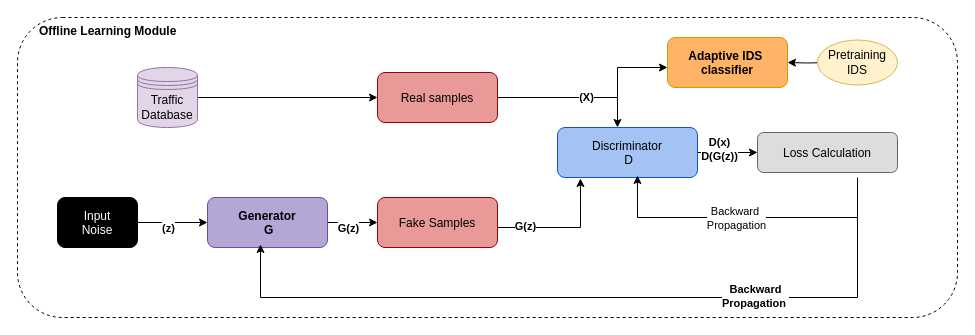
elgenio123/diagrams keeps this draw.io diagram as page "IDS + CTGAN Architecture" (1 of 3) of overall_architecture.drawio. Above is the earlier version. Source tidied: cells renumbered, new cells numbered last; positions are measured from the earlier drawing's top-left corner, leaving out a move shared by most shapes. Both pictures are drawn from the tidied source at 100%, with x=0, y=0 at pixel (17, 17).
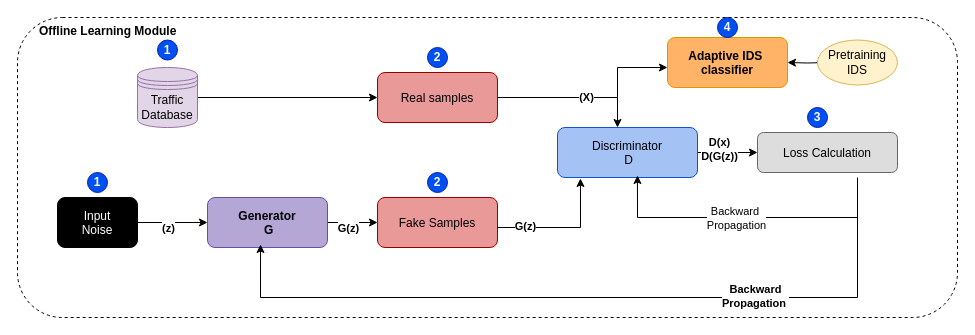
After the change.

The edit, as a diff of the source:
```diff
@@
+    <mxCell id="31" value="&lt;b&gt;1&lt;/b&gt;" style="ellipse;whiteSpace=wrap;html=1;fillColor=#0050ef;fontColor=#ffffff;strokeColor=#001DBC;" parent="1" vertex="1">
+      <mxGeometry x="70" y="155" width="20" height="20" as="geometry" />
+    </mxCell>
+    <mxCell id="32" value="&lt;b&gt;1&lt;/b&gt;" style="ellipse;whiteSpace=wrap;html=1;fillColor=#0050ef;fontColor=#ffffff;strokeColor=#001DBC;" parent="1" vertex="1">
+      <mxGeometry x="140" y="22.5" width="20" height="20" as="geometry" />
+    </mxCell>
+    <mxCell id="33" value="&lt;b&gt;2&lt;/b&gt;" style="ellipse;whiteSpace=wrap;html=1;fillColor=#0050ef;fontColor=#ffffff;strokeColor=#001DBC;" parent="1" vertex="1">
+      <mxGeometry x="410" y="30" width="20" height="20" as="geometry" />
+    </mxCell>
+    <mxCell id="34" value="&lt;b&gt;2&lt;/b&gt;" style="ellipse;whiteSpace=wrap;html=1;fillColor=#0050ef;fontColor=#ffffff;strokeColor=#001DBC;" parent="1" vertex="1">
+      <mxGeometry x="410" y="155" width="20" height="20" as="geometry" />
+    </mxCell>
+    <mxCell id="35" value="&lt;b&gt;3&lt;/b&gt;" style="ellipse;whiteSpace=wrap;html=1;fillColor=#0050ef;fontColor=#ffffff;strokeColor=#001DBC;" parent="1" vertex="1">
+      <mxGeometry x="790" y="90" width="20" height="20" as="geometry" />
+    </mxCell>
+    <mxCell id="36" value="&lt;b&gt;4&lt;/b&gt;" style="ellipse;whiteSpace=wrap;html=1;fillColor=#0050ef;fontColor=#ffffff;strokeColor=#001DBC;" parent="1" vertex="1">
+      <mxGeometry x="700" width="20" height="20" as="geometry" />
+    </mxCell>
```
